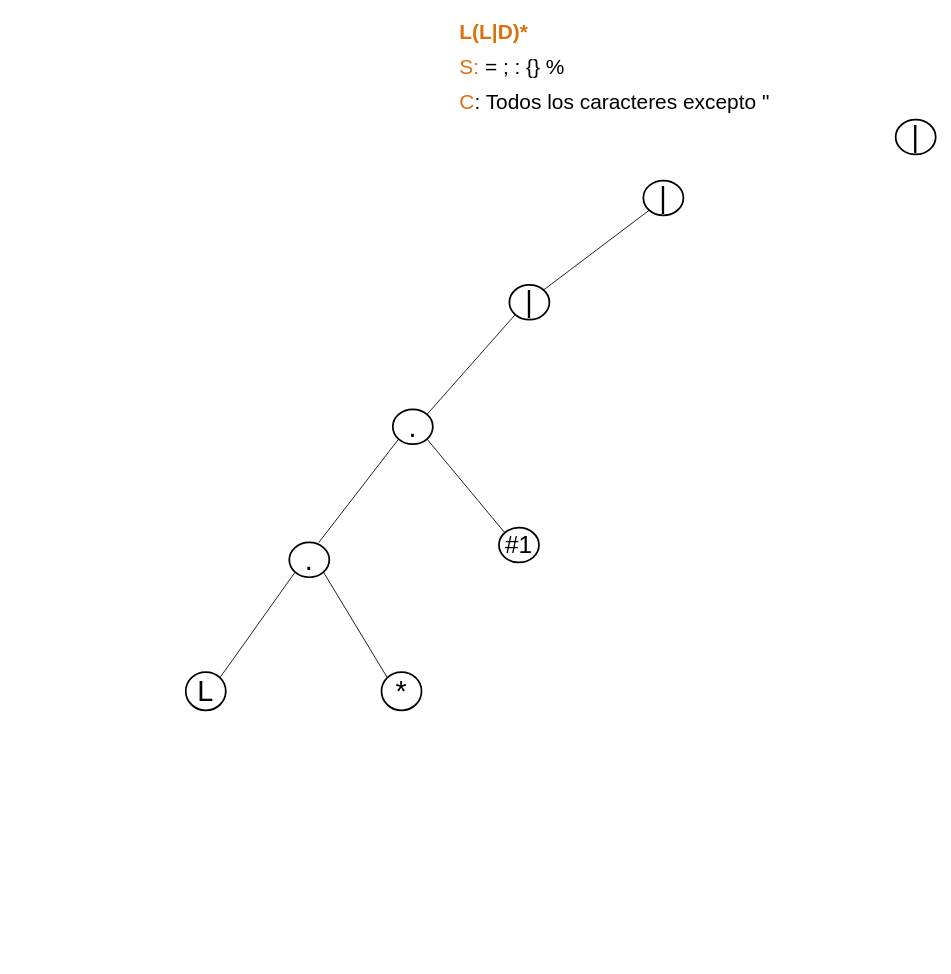
The draw.io diagram Proyecto1/Documentación/Manual Tecnico/Diagrama sin título.drawio in Farot3/-LFP-2S24Proyectos_202307820, before the edit. Source tidied: cells renumbered, new cells numbered last; positions are measured from the earlier drawing's top-left corner, leaving out a move shared by most shapes. Both pictures are drawn from the tidied source at 87%, with x=0, y=0 at pixel (185, 15).
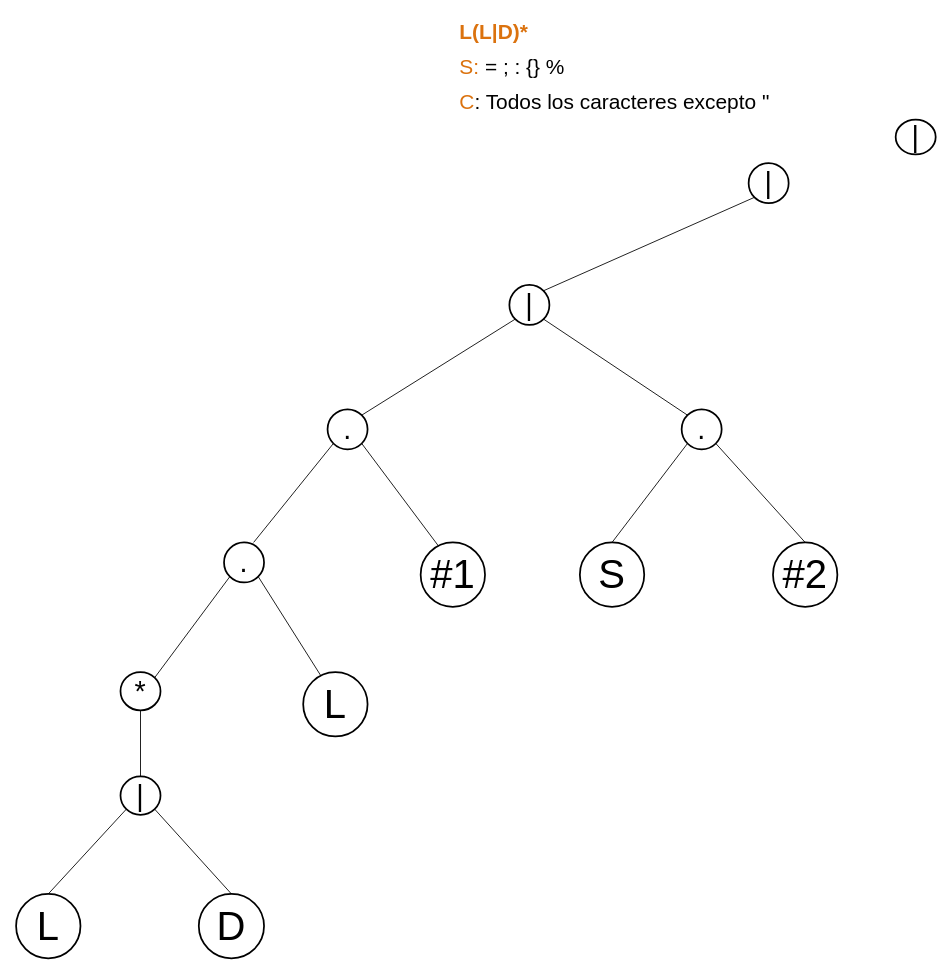
The same page after the edit.

What changed in the source:
```diff
@@
     <mxCell id="5" value="|" style="strokeWidth=2;html=1;shape=mxgraph.flowchart.start_2;whiteSpace=wrap;direction=south;fontSize=33;" parent="1" vertex="1">
-      <mxGeometry x="526" y="190" width="46" height="40" as="geometry" />
+      <mxGeometry x="647" y="170" width="46" height="46" as="geometry" />
     </mxCell>
@@
     <mxCell id="7" value="|" style="strokeWidth=2;html=1;shape=mxgraph.flowchart.start_2;whiteSpace=wrap;direction=south;fontSize=33;" parent="1" vertex="1">
-      <mxGeometry x="372" y="310" width="46" height="40" as="geometry" />
+      <mxGeometry x="372" y="310" width="46" height="46" as="geometry" />
     </mxCell>
@@
     <mxCell id="9" value="." style="strokeWidth=2;html=1;shape=mxgraph.flowchart.start_2;whiteSpace=wrap;direction=south;fontSize=33;" parent="1" vertex="1">
-      <mxGeometry x="238" y="453" width="46" height="40" as="geometry" />
+      <mxGeometry x="163" y="453" width="46" height="46" as="geometry" />
     </mxCell>
@@
-    <mxCell id="11" value="L" style="strokeWidth=2;html=1;shape=mxgraph.flowchart.start_2;whiteSpace=wrap;direction=south;fontSize=33;" parent="1" vertex="1">
-      <mxGeometry y="755" width="46" height="44" as="geometry" />
-    </mxCell>
     <mxCell id="12" style="endArrow=none;html=1;rounded=0;entryX=0.855;entryY=0.855;entryDx=0;entryDy=0;entryPerimeter=0;" parent="1" edge="1" target="9">
       <mxGeometry relative="1" as="geometry">
-        <mxPoint x="153" y="606" as="sourcePoint" />
+        <mxPoint x="78" y="606" as="sourcePoint" />
       </mxGeometry>
     </mxCell>
-    <mxCell id="13" value="#1" style="strokeWidth=2;html=1;shape=mxgraph.flowchart.start_2;whiteSpace=wrap;direction=south;fontSize=28;" parent="1" vertex="1">
-      <mxGeometry x="360" y="589" width="46" height="40" as="geometry" />
-    </mxCell>
-    <mxCell id="14" style="endArrow=none;html=1;rounded=0;entryX=0.855;entryY=0.145;entryDx=0;entryDy=0;entryPerimeter=0;exitX=0.145;exitY=0.855;exitDx=0;exitDy=0;exitPerimeter=0;" parent="1" edge="1" source="13" target="9">
-      <mxGeometry relative="1" as="geometry" />
+    <mxCell id="14" style="endArrow=none;html=1;rounded=0;entryX=0.855;entryY=0.145;entryDx=0;entryDy=0;entryPerimeter=0;exitX=0.145;exitY=0.855;exitDx=0;exitDy=0;exitPerimeter=0;" parent="1" edge="1" target="9">
+      <mxGeometry relative="1" as="geometry">
+        <mxPoint x="291.7" y="611.7" as="sourcePoint" />
+      </mxGeometry>
     </mxCell>
     <mxCell id="15" value="." style="strokeWidth=2;html=1;shape=mxgraph.flowchart.start_2;whiteSpace=wrap;direction=south;fontSize=33;" parent="1" vertex="1">
-      <mxGeometry x="119" y="606" width="46" height="40" as="geometry" />
+      <mxGeometry x="44" y="606" width="46" height="46" as="geometry" />
     </mxCell>
-    <mxCell id="16" style="endArrow=none;html=1;rounded=0;exitX=0.145;exitY=0.145;exitDx=0;exitDy=0;exitPerimeter=0;entryX=0.855;entryY=0.855;entryDx=0;entryDy=0;entryPerimeter=0;" parent="1" edge="1" source="11" target="15">
-      <mxGeometry relative="1" as="geometry" />
+    <mxCell id="16" style="endArrow=none;html=1;rounded=0;exitX=0.145;exitY=0.145;exitDx=0;exitDy=0;exitPerimeter=0;entryX=0.855;entryY=0.855;entryDx=0;entryDy=0;entryPerimeter=0;" parent="1" edge="1" target="15">
+      <mxGeometry relative="1" as="geometry">
+        <mxPoint x="-35.7" y="761.4" as="sourcePoint" />
+      </mxGeometry>
     </mxCell>
-    <mxCell id="17" style="endArrow=none;html=1;rounded=0;entryX=0.855;entryY=0.145;entryDx=0;entryDy=0;entryPerimeter=0;exitX=0.145;exitY=0.855;exitDx=0;exitDy=0;exitPerimeter=0;" parent="1" edge="1" source="18" target="15">
-      <mxGeometry relative="1" as="geometry" />
+    <mxCell id="17" style="endArrow=none;html=1;rounded=0;entryX=0.855;entryY=0.145;entryDx=0;entryDy=0;entryPerimeter=0;exitX=0.145;exitY=0.855;exitDx=0;exitDy=0;exitPerimeter=0;" parent="1" edge="1" target="15">
+      <mxGeometry relative="1" as="geometry">
+        <mxPoint x="156.7" y="761.4" as="sourcePoint" />
+      </mxGeometry>
     </mxCell>
     <mxCell id="18" value="*" style="strokeWidth=2;html=1;shape=mxgraph.flowchart.start_2;whiteSpace=wrap;direction=south;fontSize=33;" parent="1" vertex="1">
-      <mxGeometry x="225" y="755" width="46" height="44" as="geometry" />
+      <mxGeometry x="-75" y="755" width="46" height="44" as="geometry" />
     </mxCell>
+    <mxCell id="19" value="|" style="strokeWidth=2;html=1;shape=mxgraph.flowchart.start_2;whiteSpace=wrap;direction=south;fontSize=33;" parent="1" vertex="1">
+      <mxGeometry x="-75" y="875" width="46" height="44" as="geometry" />
+    </mxCell>
+    <mxCell id="20" value="&lt;font class=&quot;default_cursor_cs&quot; style=&quot;font-size: 46px;&quot;&gt;D&lt;/font&gt;" style="strokeWidth=2;html=1;shape=mxgraph.flowchart.start_2;whiteSpace=wrap;direction=south;fontSize=33;" parent="1" vertex="1">
+      <mxGeometry x="15" y="1010" width="75" height="74" as="geometry" />
+    </mxCell>
+    <mxCell id="21" value="L" style="strokeWidth=2;html=1;shape=mxgraph.flowchart.start_2;whiteSpace=wrap;direction=south;fontSize=46;" parent="1" vertex="1">
+      <mxGeometry x="-195" y="1010" width="74" height="74" as="geometry" />
+    </mxCell>
+    <mxCell id="22" style="endArrow=none;html=1;rounded=0;entryX=0.855;entryY=0.855;entryDx=0;entryDy=0;entryPerimeter=0;exitX=0;exitY=0.5;exitDx=0;exitDy=0;exitPerimeter=0;" parent="1" edge="1" source="21" target="19">
+      <mxGeometry relative="1" as="geometry" />
+    </mxCell>
+    <mxCell id="23" style="endArrow=none;html=1;rounded=0;entryX=0.855;entryY=0.145;entryDx=0;entryDy=0;entryPerimeter=0;exitX=0;exitY=0.5;exitDx=0;exitDy=0;exitPerimeter=0;" parent="1" edge="1" source="20" target="19">
+      <mxGeometry relative="1" as="geometry" />
+    </mxCell>
+    <mxCell id="24" style="endArrow=none;html=1;rounded=0;exitX=0;exitY=0.5;exitDx=0;exitDy=0;exitPerimeter=0;entryX=1;entryY=0.5;entryDx=0;entryDy=0;entryPerimeter=0;" parent="1" edge="1" source="19" target="18">
+      <mxGeometry relative="1" as="geometry" />
+    </mxCell>
+    <mxCell id="25" value="." style="strokeWidth=2;html=1;shape=mxgraph.flowchart.start_2;whiteSpace=wrap;direction=south;fontSize=33;" parent="1" vertex="1">
+      <mxGeometry x="570" y="453" width="46" height="46" as="geometry" />
+    </mxCell>
+    <mxCell id="26" value="L" style="strokeWidth=2;html=1;shape=mxgraph.flowchart.start_2;whiteSpace=wrap;direction=south;fontSize=46;" parent="1" vertex="1">
+      <mxGeometry x="135" y="755" width="74" height="74" as="geometry" />
+    </mxCell>
+    <mxCell id="13" value="#1" style="strokeWidth=2;html=1;shape=mxgraph.flowchart.start_2;whiteSpace=wrap;direction=south;fontSize=46;" parent="1" vertex="1">
+      <mxGeometry x="270" y="606" width="74" height="74" as="geometry" />
+    </mxCell>
+    <mxCell id="27" value="S" style="strokeWidth=2;html=1;shape=mxgraph.flowchart.start_2;whiteSpace=wrap;direction=south;fontSize=46;" parent="1" vertex="1">
+      <mxGeometry x="453" y="606" width="74" height="74" as="geometry" />
+    </mxCell>
+    <mxCell id="28" value="#2" style="strokeWidth=2;html=1;shape=mxgraph.flowchart.start_2;whiteSpace=wrap;direction=south;fontSize=46;" parent="1" vertex="1">
+      <mxGeometry x="675" y="606" width="74" height="74" as="geometry" />
+    </mxCell>
+    <mxCell id="29" style="endArrow=none;html=1;rounded=0;entryX=0.855;entryY=0.145;entryDx=0;entryDy=0;entryPerimeter=0;exitX=0.145;exitY=0.855;exitDx=0;exitDy=0;exitPerimeter=0;" parent="1" edge="1" source="25" target="7">
+      <mxGeometry relative="1" as="geometry" />
+    </mxCell>
+    <mxCell id="30" style="endArrow=none;html=1;rounded=0;entryX=0.855;entryY=0.855;entryDx=0;entryDy=0;entryPerimeter=0;exitX=0;exitY=0.5;exitDx=0;exitDy=0;exitPerimeter=0;" parent="1" edge="1" source="27" target="25">
+      <mxGeometry relative="1" as="geometry" />
+    </mxCell>
+    <mxCell id="31" style="endArrow=none;html=1;rounded=0;entryX=0.855;entryY=0.145;entryDx=0;entryDy=0;entryPerimeter=0;exitX=0;exitY=0.5;exitDx=0;exitDy=0;exitPerimeter=0;" parent="1" edge="1" source="28" target="25">
+      <mxGeometry relative="1" as="geometry" />
+    </mxCell>
```
